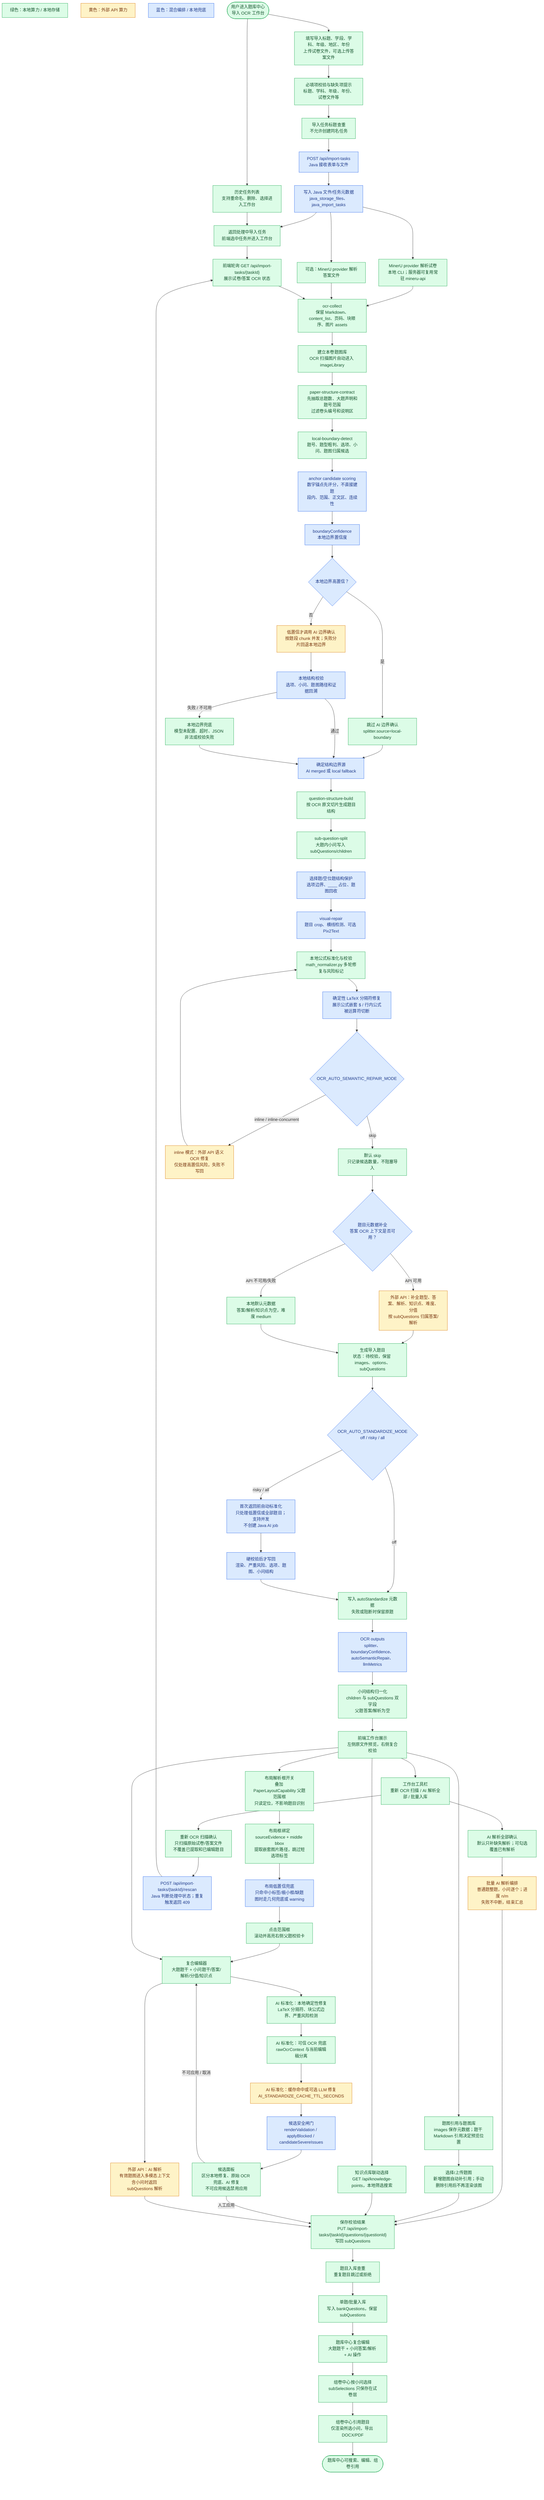
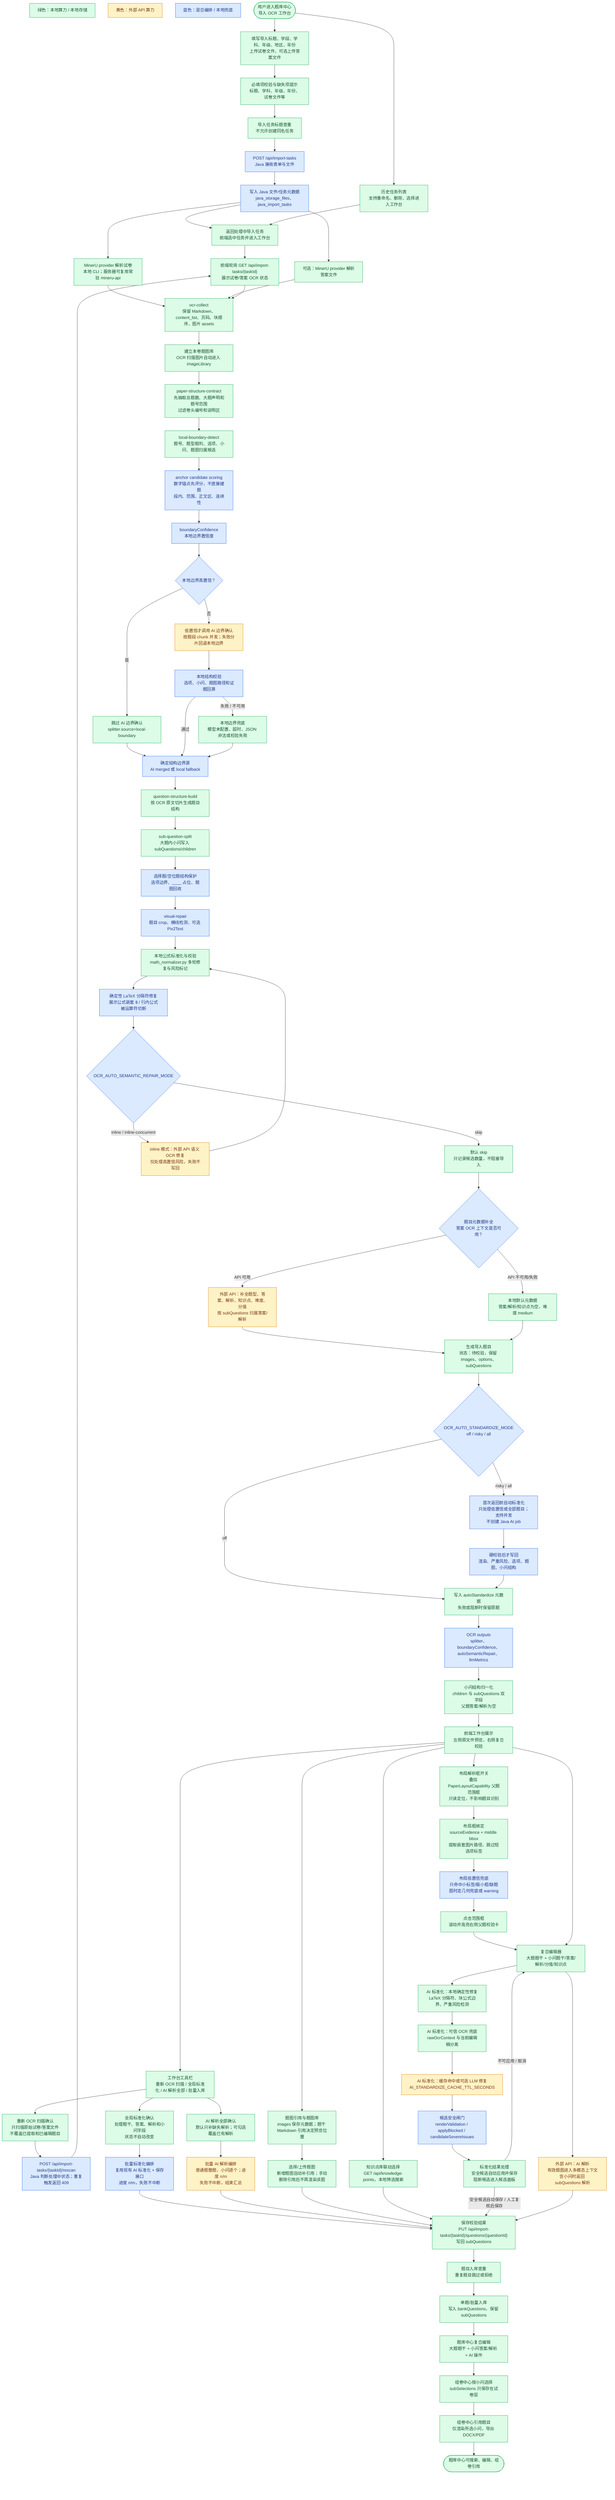
- %% Version: 2026-07-10 / product v15 / StructureContract + PaperLayoutIsolation
+ %% Version: 2026-07-10 / product v16 / GlobalStandardize
%% Status: current-primary
- %% Scope: import OCR workbench UX, task lifecycle, structure-contract extraction, first-return auto standardization, layout overlay isolation, rescan, batch AI analysis, and manual review.
+ %% Scope: import OCR workbench UX, task lifecycle, structure-contract extraction, first-return auto standardization, layout overlay isolation, rescan, global standardization, batch AI analysis, and manual review.
flowchart TD
  LegendLocal["绿色：本地算力 / 本地存储"]:::local
  LegendExternal["黄色：外部 API 算力"]:::external
  LegendMixed["蓝色：混合编排 / 本地兜底"]:::mixed

  Start(["用户进入题库中心<br/>导入 OCR 工作台"]):::local
  Create["填写导入标题、学段、学科、年级、地区、年份<br/>上传试卷文件，可选上传答案文件"]:::local
  Required["必填项校验与缺失项提示<br/>标题、学科、年级、年份、试卷文件等"]:::local
  NameDedup["导入任务标题查重<br/>不允许创建同名任务"]:::local
  Post["POST /api/import-tasks<br/>Java 接收表单与文件"]:::mixed
  Persist["写入 Java 文件/任务元数据<br/>java_storage_files、java_import_tasks"]:::mixed
  ReturnTask["返回处理中导入任务<br/>前端选中任务并进入工作台"]:::local
  TaskManage["历史任务列表<br/>支持重命名、删除、选择进入工作台"]:::local

  PaperOcr["MinerU provider 解析试卷<br/>本地 CLI；服务器可复用常驻 mineru-api"]:::local
  AnswerOcr["可选：MinerU provider 解析答案文件"]:::local
  Poll["前端轮询 GET /api/import-tasks/{taskId}<br/>展示试卷/答案 OCR 状态"]:::local
  Collect["ocr-collect<br/>保留 Markdown、content_list、页码、块顺序、图片 assets"]:::local
  ImageLibrary["建立本卷题图库<br/>OCR 扫描图片自动进入 imageLibrary"]:::local

  StructureContract["paper-structure-contract<br/>先抽取总题数、大题声明和题号范围<br/>过滤卷头编号和说明区"]:::local
  LocalBoundary["local-boundary-detect<br/>题号、题型粗判、选项、小问、题图归属候选"]:::local
  AnchorCandidate["anchor candidate scoring<br/>数字锚点先评分，不直接建题<br/>段内、范围、正文区、连续性"]:::mixed
  BoundaryConfidence["boundaryConfidence<br/>本地边界置信度"]:::mixed
  BoundaryHigh{"本地边界高置信？"}:::mixed
  BoundarySkip["跳过 AI 边界确认<br/>splitter.source=local-boundary"]:::local
  LlmBoundary["低置信才调用 AI 边界确认<br/>按题段 chunk 并发；失败分片回退本地边界"]:::external
  BoundaryValidate["本地结构校验<br/>选项、小问、题图路径和证据回溯"]:::mixed
  BoundaryFallback["本地边界兜底<br/>模型未配置、超时、JSON 非法或校验失败"]:::local
  BoundarySource["确定结构边界源<br/>AI merged 或 local fallback"]:::mixed

  BuildStructure["question-structure-build<br/>按 OCR 原文切片生成题目结构"]:::local
  SubQuestionSplit["sub-question-split<br/>大题内小问写入 subQuestions/children"]:::local
  ChoiceBlankProtect["选择题/空位题结构保护<br/>选项边界、____ 占位、题图回收"]:::mixed
  VisualRepair["visual-repair<br/>题目 crop、横线检测、可选 Pix2Text"]:::mixed
  MathNormalize["本地公式标准化与校验<br/>math_normalizer.py 多轮修复与风险标记"]:::local
  LatexDelimiter["确定性 LaTeX 分隔符修复<br/>展示公式嵌套 $ / 行内公式被运算符切断"]:::mixed
  AutoSemanticMode{"OCR_AUTO_SEMANTIC_REPAIR_MODE"}:::mixed
  AutoSemanticSkip["默认 skip<br/>只记录候选数量，不阻塞导入"]:::local
  SemanticApi["inline 模式：外部 API 语义 OCR 修复<br/>仅处理高置信风险，失败不写回"]:::external

  MetadataFlow{"题目元数据补全<br/>答案 OCR 上下文是否可用？"}:::mixed
  MetadataApi["外部 API：补全题型、答案、解析、知识点、难度、分值<br/>按 subQuestions 归属答案/解析"]:::external
  MetadataFallback["本地默认元数据<br/>答案/解析/知识点为空，难度 medium"]:::local

  BuildImport["生成导入题目<br/>状态：待校验，保留 images、options、subQuestions"]:::local
  AutoStdMode{"OCR_AUTO_STANDARDIZE_MODE<br/>off / risky / all"}:::mixed
  AutoStdRun["首次返回前自动标准化<br/>只处理低置信或全部题目；支持并发<br/>不创建 Java AI job"]:::mixed
  AutoStdGate["硬校验后才写回<br/>渲染、严重风险、选项、题图、小问结构"]:::mixed
  AutoStdMeta["写入 autoStandardize 元数据<br/>失败或阻断时保留原题"]:::local
  OcrOutputs["OCR outputs<br/>splitter、boundaryConfidence、autoSemanticRepair、llmMetrics"]:::mixed
  SubQuestionNormalize["小问结构归一化<br/>children 与 subQuestions 双字段<br/>父题答案/解析为空"]:::local
  Workbench["前端工作台展示<br/>左侧原文件预览，右侧复合校验"]:::local
  LayoutToggle["布局解析框开关<br/>叠加 PaperLayoutCapability 父题范围框<br/>只读定位，不影响题目识别"]:::local
  LayoutBind["布局框绑定<br/>sourceEvidence + middle bbox<br/>提取嵌套图片路径，跳过短选项标签"]:::local
  LayoutFallback["布局低置信兜底<br/>只命中小标签/极小框/缺题图时走几何兜底或 warning"]:::mixed
  LayoutClick["点击范围框<br/>滚动并高亮右侧父题校验卡"]:::local
-   Toolbar["工作台工具栏<br/>重新 OCR 扫描 / AI 解析全部 / 批量入库"]:::local
+   Toolbar["工作台工具栏<br/>重新 OCR 扫描 / 全局标准化 / AI 解析全部 / 批量入库"]:::local
  RescanConfirm["重新 OCR 扫描确认<br/>只扫描原始试卷/答案文件<br/>不覆盖已提取和已编辑题目"]:::local
  RescanApi["POST /api/import-tasks/{taskId}/rescan<br/>Java 判断处理中状态；重复触发返回 409"]:::mixed
+   BatchStdConfirm["全局标准化确认<br/>处理题干、答案、解析和小问字段<br/>状态不自动改变"]:::local
+   BatchStdLoop["批量标准化编排<br/>复用现有 AI 标准化 + 保存接口<br/>进度 n/m，失败不中断"]:::mixed
  BatchAiConfirm["AI 解析全部确认<br/>默认只补缺失解析；可勾选覆盖已有解析"]:::local
  BatchAiLoop["批量 AI 解析编排<br/>普通题整题，小问逐个；进度 n/m<br/>失败不中断，结束汇总"]:::external
  FigureRefs["题图引用与题图库<br/>images 保存元数据；题干 Markdown 引用决定预览位置"]:::local
  ImportImages["选择/上传题图<br/>新增题图自动补引用；手动删除引用后不再渲染该图"]:::local
  KnowledgePick["知识点库联动选择<br/>GET /api/knowledge-points，本地筛选搜索"]:::local
  ManualEdit["复合编辑器<br/>大题题干 + 小问题干/答案/解析/分值/知识点"]:::local

  StdLocal["AI 标准化：本地确定性修复<br/>LaTeX 分隔符、块公式边界、严重风险检测"]:::local
  StdOcr["AI 标准化：可信 OCR 兜底<br/>rawOcrContext 与当前编辑稿分离"]:::local
  StdLlm["AI 标准化：缓存命中或可选 LLM 修复<br/>AI_STANDARDIZE_CACHE_TTL_SECONDS"]:::external
  StdGate["候选安全闸门<br/>renderValidation / applyBlocked / candidateSevereIssues"]:::mixed
-   CandidatePanel["候选面板<br/>区分本地修复、原始 OCR 兜底、AI 修复<br/>不可应用候选禁用应用"]:::local
+   CandidatePanel["标准化结果处理<br/>安全候选自动应用并保存<br/>阻断候选进入候选面板"]:::local
  AiAnalysis["外部 API：AI 解析<br/>有效题图进入多模态上下文<br/>含小问时返回 subQuestions 解析"]:::external
  SaveReview["保存校验结果<br/>PUT /api/import-tasks/{taskId}/questions/{questionId}<br/>写回 subQuestions"]:::local
  BankDedup["题目入库查重<br/>重复题目跳过或拒绝"]:::local
  Bank["单题/批量入库<br/>写入 bankQuestions，保留 subQuestions"]:::local
  BankEdit["题库中心复合编辑<br/>大题题干 + 小问答案/解析 + AI 操作"]:::local
  PaperSubSelect["组卷中心按小问选择<br/>subSelections 只保存在试卷层"]:::local
  PaperExport["组卷中心引用题目<br/>仅渲染所选小问，导出 DOCX/PDF"]:::local
  End(["题库中心可搜索、编辑、组卷引用"]):::local

  Start --> Create --> Required --> NameDedup --> Post --> Persist --> ReturnTask
  Start --> TaskManage --> ReturnTask
  Persist --> PaperOcr
  Persist --> AnswerOcr
  ReturnTask --> Poll
  PaperOcr --> Collect
  AnswerOcr --> Collect
  Poll --> Collect
  Collect --> ImageLibrary --> StructureContract --> LocalBoundary --> AnchorCandidate --> BoundaryConfidence --> BoundaryHigh
  BoundaryHigh -- "是" --> BoundarySkip --> BoundarySource
  BoundaryHigh -- "否" --> LlmBoundary --> BoundaryValidate
  BoundaryValidate -- "通过" --> BoundarySource
  BoundaryValidate -- "失败 / 不可用" --> BoundaryFallback --> BoundarySource
  BoundarySource --> BuildStructure --> SubQuestionSplit --> ChoiceBlankProtect --> VisualRepair --> MathNormalize
  MathNormalize --> LatexDelimiter --> AutoSemanticMode
  AutoSemanticMode -- "skip" --> AutoSemanticSkip --> MetadataFlow
  AutoSemanticMode -- "inline / inline-concurrent" --> SemanticApi --> MathNormalize
  MetadataFlow -- "API 可用" --> MetadataApi --> BuildImport
  MetadataFlow -- "API 不可用/失败" --> MetadataFallback --> BuildImport
  BuildImport --> AutoStdMode
  AutoStdMode -- "off" --> AutoStdMeta
  AutoStdMode -- "risky / all" --> AutoStdRun --> AutoStdGate --> AutoStdMeta
  AutoStdMeta --> OcrOutputs --> SubQuestionNormalize --> Workbench
  Workbench --> LayoutToggle --> LayoutBind --> LayoutFallback --> LayoutClick --> ManualEdit
  Workbench --> Toolbar
  Toolbar --> RescanConfirm --> RescanApi --> Poll
+   Toolbar --> BatchStdConfirm --> BatchStdLoop --> SaveReview
  Toolbar --> BatchAiConfirm --> BatchAiLoop --> SaveReview
  Workbench --> FigureRefs --> ImportImages --> SaveReview
  Workbench --> KnowledgePick --> SaveReview
  Workbench --> ManualEdit
  ManualEdit --> StdLocal --> StdOcr --> StdLlm --> StdGate --> CandidatePanel
-   CandidatePanel -- "人工应用" --> SaveReview
+   CandidatePanel -- "安全候选自动保存 / 人工复核后保存" --> SaveReview
  CandidatePanel -- "不可应用 / 取消" --> ManualEdit
  ManualEdit --> AiAnalysis --> SaveReview
  SaveReview --> BankDedup --> Bank --> BankEdit --> PaperSubSelect --> PaperExport --> End

  classDef local fill:#dcfce7,stroke:#16a34a,color:#14532d,stroke-width:1px;
  classDef external fill:#fef3c7,stroke:#d97706,color:#78350f,stroke-width:1px;
  classDef mixed fill:#dbeafe,stroke:#2563eb,color:#1e3a8a,stroke-width:1px;
